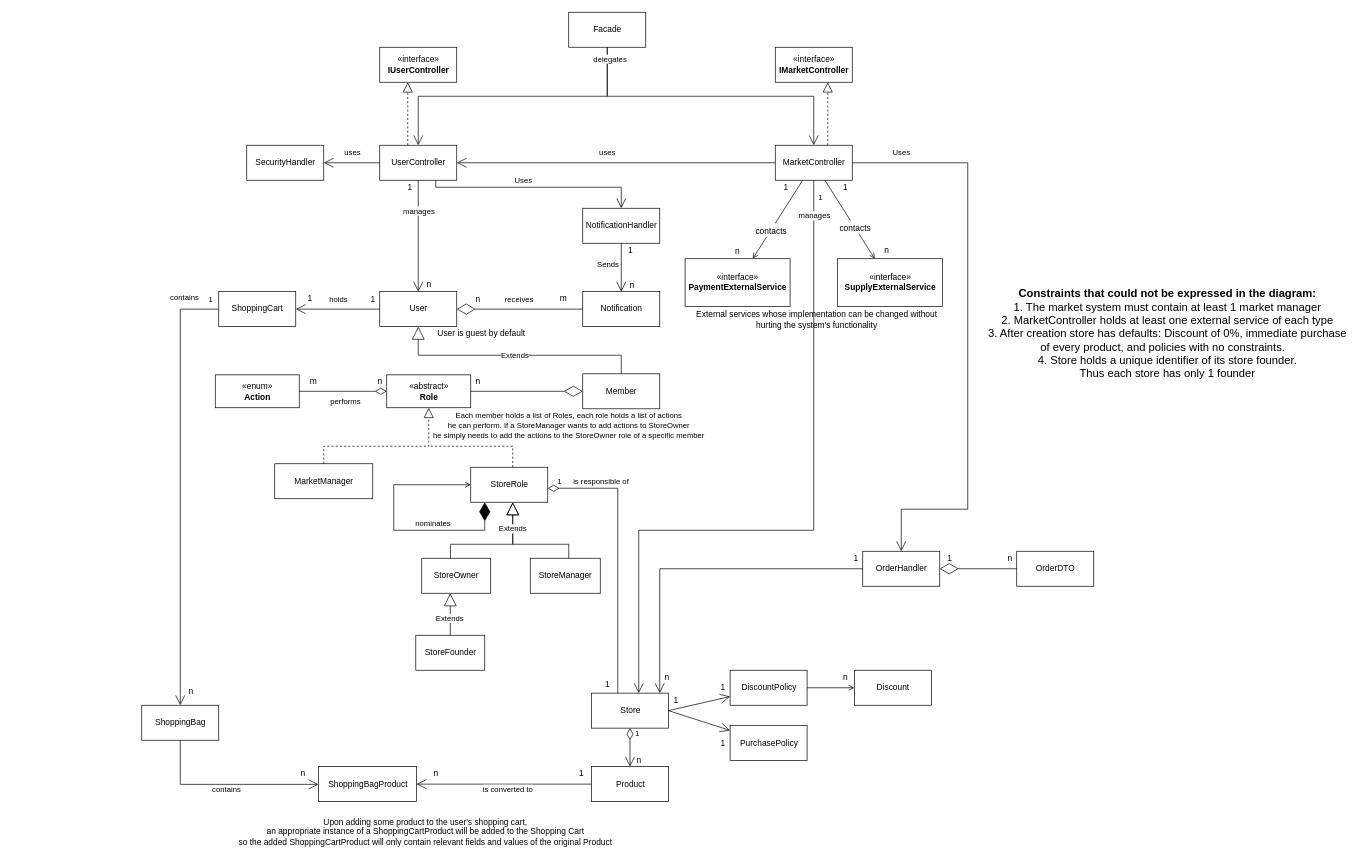
Earlier version of the draw.io diagram page "White Diagram" (1 of 2) of Workshop.drawio (itaitzruia4/Workshop). Source tidied: cells renumbered, new cells numbered last; positions are measured from the earlier drawing's top-left corner, leaving out a move shared by most shapes. Both pictures are drawn from the tidied source at 70%, with x=0, y=0 at pixel (12, 12).
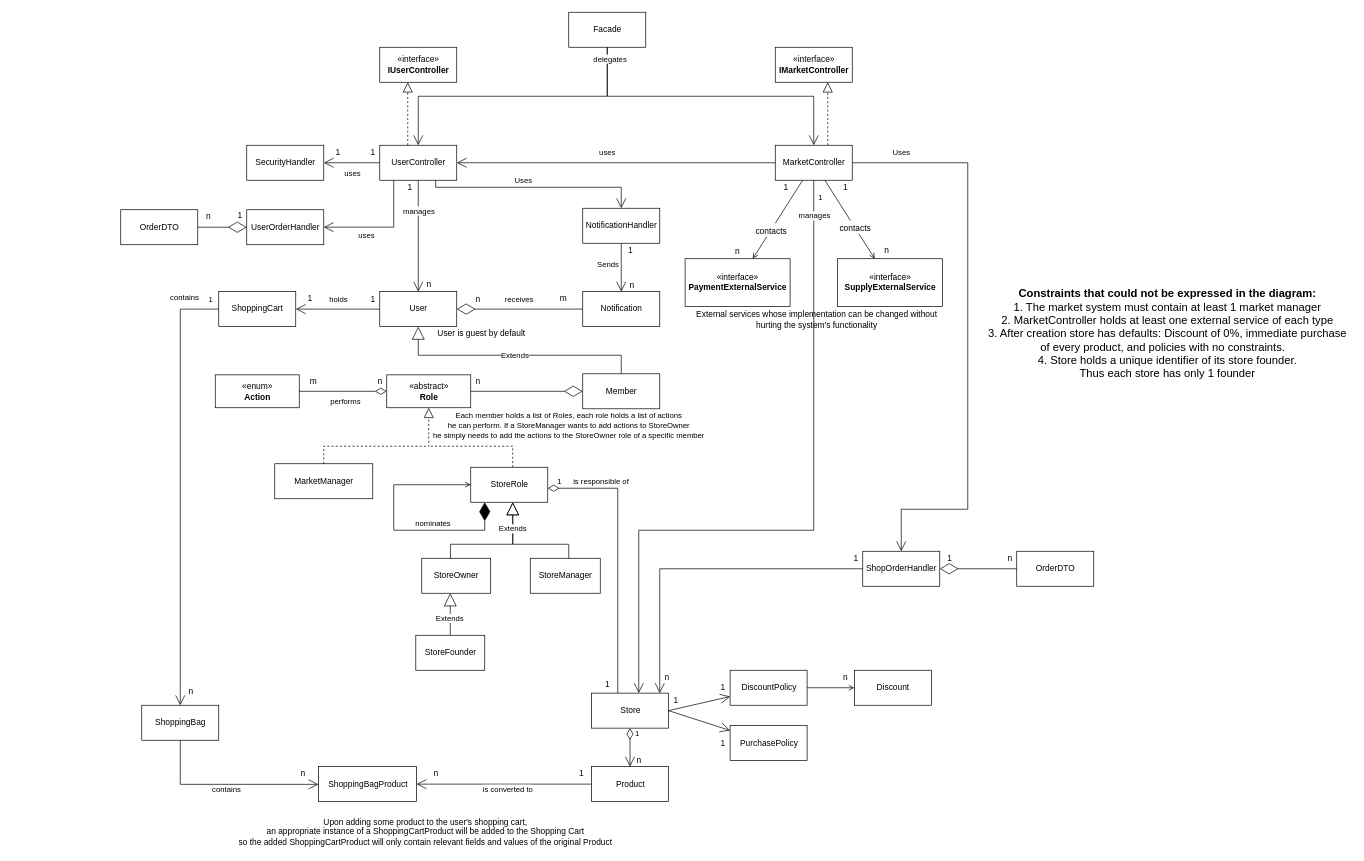
Above is the later version.

The change refers to these unchanged cells:
```xml
<mxCell id="5" value="UserController" style="html=1;" parent="1" vertex="1">
  <mxGeometry x="525" y="190" width="110" height="50" as="geometry" />
</mxCell>
<mxCell id="117" style="endArrow=open;endFill=1;endSize=12;html=1;rounded=0;entryX=1;entryY=0.5;entryDx=0;entryDy=0;exitX=0;exitY=0.5;exitDx=0;exitDy=0;" parent="1" edge="1" source="5" target="116">
  <mxGeometry relative="1" as="geometry" />
</mxCell>
```

The edit, as a diff of the source:
```diff
@@
-    <mxCell id="108" value="OrderHandler" style="html=1;" parent="1" vertex="1">
+    <mxCell id="108" value="ShopOrderHandler" style="html=1;" parent="1" vertex="1">
       <mxGeometry x="1215" y="770" width="110" height="50" as="geometry" />
     </mxCell>
@@
     <mxCell id="118" value="uses" style="edgeLabel;html=1;align=center;verticalAlign=middle;" parent="117" vertex="1">
       <mxGeometry x="-0.29" y="-4" relative="1" as="geometry">
-        <mxPoint x="-12" y="-11" as="offset" />
+        <mxPoint x="-12" y="19" as="offset" />
       </mxGeometry>
     </mxCell>
+    <mxCell id="119" value="UserOrderHandler" style="html=1;" parent="1" vertex="1">
+      <mxGeometry x="335" y="282.1" width="110" height="50" as="geometry" />
+    </mxCell>
+    <mxCell id="120" value="OrderDTO" style="html=1;" parent="1" vertex="1">
+      <mxGeometry x="155" y="282.1" width="110" height="50" as="geometry" />
+    </mxCell>
+    <mxCell id="121" value="n" style="text;html=1;align=center;verticalAlign=middle;strokeColor=none;fillColor=none;" parent="1" vertex="1">
+      <mxGeometry x="270" y="282.1" width="20" height="20" as="geometry" />
+    </mxCell>
+    <mxCell id="122" style="endArrow=diamondThin;endFill=0;endSize=24;html=1;rounded=0;edgeStyle=orthogonalEdgeStyle;" parent="1" edge="1" source="120" target="119">
+      <mxGeometry relative="1" as="geometry" />
+    </mxCell>
+    <mxCell id="123" value="1" style="text;html=1;align=center;verticalAlign=middle;strokeColor=none;fillColor=none;" parent="1" vertex="1">
+      <mxGeometry x="315" y="280" width="20" height="20" as="geometry" />
+    </mxCell>
+    <mxCell id="124" value="1" style="text;html=1;align=center;verticalAlign=middle;strokeColor=none;fillColor=none;" parent="1" vertex="1">
+      <mxGeometry x="455" y="190" width="20" height="20" as="geometry" />
+    </mxCell>
+    <mxCell id="125" value="1" style="text;html=1;align=center;verticalAlign=middle;strokeColor=none;fillColor=none;" parent="1" vertex="1">
+      <mxGeometry x="505" y="190" width="20" height="20" as="geometry" />
+    </mxCell>
+    <mxCell id="126" style="endArrow=open;endFill=1;endSize=12;html=1;rounded=0;edgeStyle=orthogonalEdgeStyle;" parent="1" edge="1" source="5" target="119">
+      <mxGeometry relative="1" as="geometry">
+        <Array as="points">
+          <mxPoint x="545" y="307" />
+        </Array>
+      </mxGeometry>
+    </mxCell>
+    <mxCell id="127" value="uses" style="edgeLabel;html=1;align=center;verticalAlign=middle;" parent="126" vertex="1">
+      <mxGeometry x="-0.29" y="-4" relative="1" as="geometry">
+        <mxPoint x="-36" y="19" as="offset" />
+      </mxGeometry>
+    </mxCell>
```
